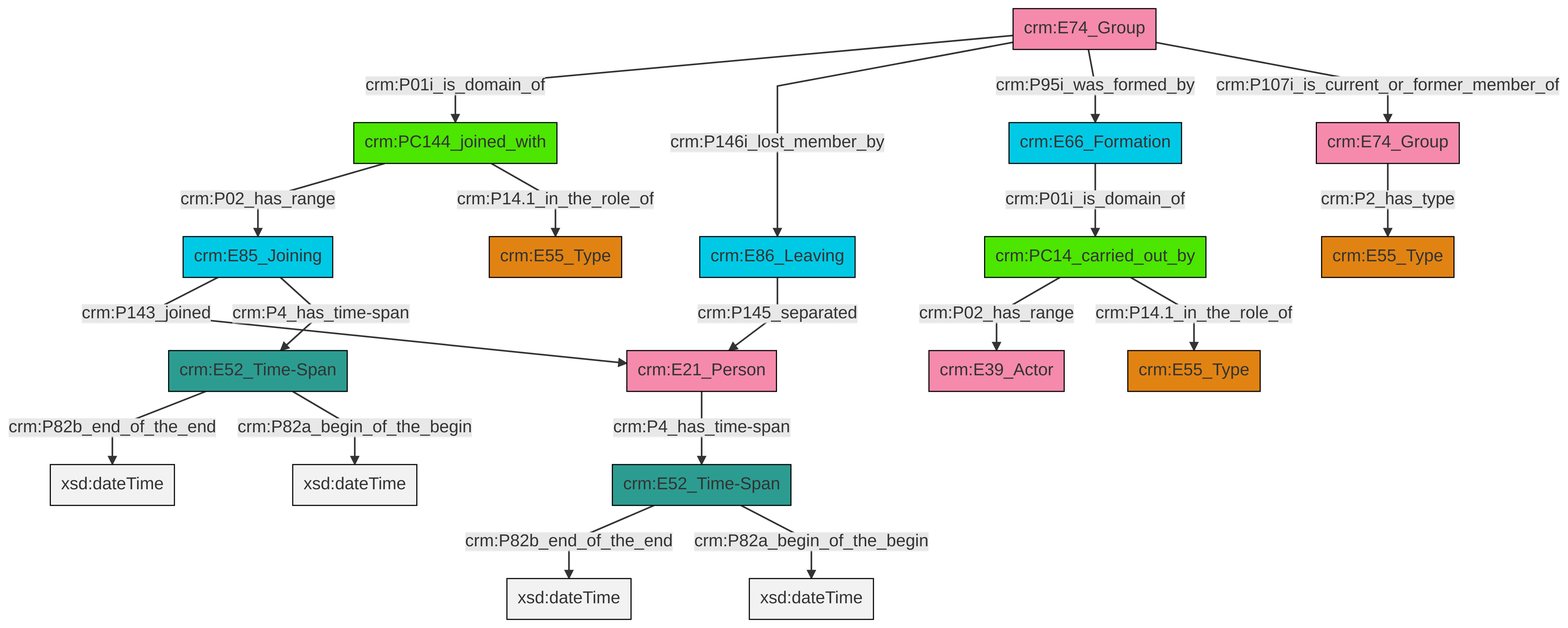
Earlier version of the Mermaid export et/groupCSV/ttl/mmd/png/group_actor_relations.png (swiss-art-research-net/docs.swissartresearch). Its source is kept beside it as et/groupCSV/ttl/mmd/group_actor_relations.ttl.mmd.
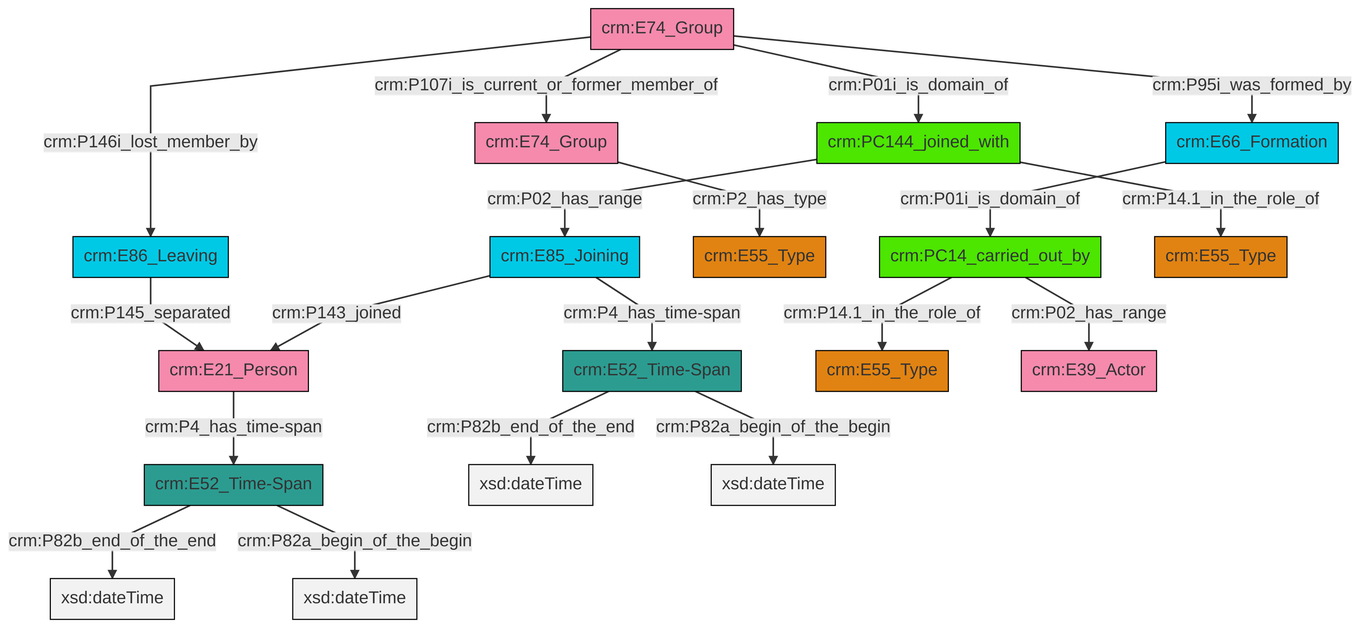
After the commit.

What changed in the source:
```diff
@@ -13,21 +13,21 @@
 classDef PC_Classes fill:#4ce600, stroke:#000000;
 classDef Multi fill:#cccccc,stroke:#000000;
 
-0["crm:E52_Time-Span"]:::Time-Span -->|crm:P82b_end_of_the_end| 1[xsd:dateTime]:::Literal
-2["crm:E74_Group"]:::Actor -->|crm:P01i_is_domain_of| 3["crm:PC144_joined_with"]:::PC_Classes
-4["crm:PC14_carried_out_by"]:::PC_Classes -->|crm:P02_has_range| 5["crm:E39_Actor"]:::Actor
+4["crm:E74_Group"]:::Actor -->|crm:P146i_lost_member_by| 5["crm:E86_Leaving"]:::Temporal_Entity
+6["crm:E52_Time-Span"]:::Time-Span -->|crm:P82b_end_of_the_end| 7[xsd:dateTime]:::Literal
+2["crm:PC14_carried_out_by"]:::PC_Classes -->|crm:P14.1_in_the_role_of| 10["crm:E55_Type"]:::Type
 11["crm:E74_Group"]:::Actor -->|crm:P2_has_type| 12["crm:E55_Type"]:::Type
-13["crm:E86_Leaving"]:::Temporal_Entity -->|crm:P145_separated| 14["crm:E21_Person"]:::Actor
-0["crm:E52_Time-Span"]:::Time-Span -->|crm:P82a_begin_of_the_begin| 15[xsd:dateTime]:::Literal
-18["crm:E52_Time-Span"]:::Time-Span -->|crm:P82b_end_of_the_end| 19[xsd:dateTime]:::Literal
-18["crm:E52_Time-Span"]:::Time-Span -->|crm:P82a_begin_of_the_begin| 20[xsd:dateTime]:::Literal
-14["crm:E21_Person"]:::Actor -->|crm:P4_has_time-span| 18["crm:E52_Time-Span"]:::Time-Span
-4["crm:PC14_carried_out_by"]:::PC_Classes -->|crm:P14.1_in_the_role_of| 6["crm:E55_Type"]:::Type
-3["crm:PC144_joined_with"]:::PC_Classes -->|crm:P02_has_range| 21["crm:E85_Joining"]:::Temporal_Entity
-23["crm:E66_Formation"]:::Temporal_Entity -->|crm:P01i_is_domain_of| 4["crm:PC14_carried_out_by"]:::PC_Classes
-3["crm:PC144_joined_with"]:::PC_Classes -->|crm:P14.1_in_the_role_of| 16["crm:E55_Type"]:::Type
-2["crm:E74_Group"]:::Actor -->|crm:P146i_lost_member_by| 13["crm:E86_Leaving"]:::Temporal_Entity
-21["crm:E85_Joining"]:::Temporal_Entity -->|crm:P143_joined| 14["crm:E21_Person"]:::Actor
-21["crm:E85_Joining"]:::Temporal_Entity -->|crm:P4_has_time-span| 0["crm:E52_Time-Span"]:::Time-Span
-2["crm:E74_Group"]:::Actor -->|crm:P95i_was_formed_by| 23["crm:E66_Formation"]:::Temporal_Entity
-2["crm:E74_Group"]:::Actor -->|crm:P107i_is_current_or_former_member_of| 11["crm:E74_Group"]:::Actor
+6["crm:E52_Time-Span"]:::Time-Span -->|crm:P82a_begin_of_the_begin| 13[xsd:dateTime]:::Literal
+4["crm:E74_Group"]:::Actor -->|crm:P95i_was_formed_by| 16["crm:E66_Formation"]:::Temporal_Entity
+16["crm:E66_Formation"]:::Temporal_Entity -->|crm:P01i_is_domain_of| 2["crm:PC14_carried_out_by"]:::PC_Classes
+0["crm:E52_Time-Span"]:::Time-Span -->|crm:P82b_end_of_the_end| 18[xsd:dateTime]:::Literal
+4["crm:E74_Group"]:::Actor -->|crm:P107i_is_current_or_former_member_of| 11["crm:E74_Group"]:::Actor
+5["crm:E86_Leaving"]:::Temporal_Entity -->|crm:P145_separated| 8["crm:E21_Person"]:::Actor
+19["crm:PC144_joined_with"]:::PC_Classes -->|crm:P14.1_in_the_role_of| 21["crm:E55_Type"]:::Type
+4["crm:E74_Group"]:::Actor -->|crm:P01i_is_domain_of| 19["crm:PC144_joined_with"]:::PC_Classes
+14["crm:E85_Joining"]:::Temporal_Entity -->|crm:P143_joined| 8["crm:E21_Person"]:::Actor
+14["crm:E85_Joining"]:::Temporal_Entity -->|crm:P4_has_time-span| 0["crm:E52_Time-Span"]:::Time-Span
+19["crm:PC144_joined_with"]:::PC_Classes -->|crm:P02_has_range| 14["crm:E85_Joining"]:::Temporal_Entity
+2["crm:PC14_carried_out_by"]:::PC_Classes -->|crm:P02_has_range| 28["crm:E39_Actor"]:::Actor
+8["crm:E21_Person"]:::Actor -->|crm:P4_has_time-span| 6["crm:E52_Time-Span"]:::Time-Span
+0["crm:E52_Time-Span"]:::Time-Span -->|crm:P82a_begin_of_the_begin| 34[xsd:dateTime]:::Literal
```
